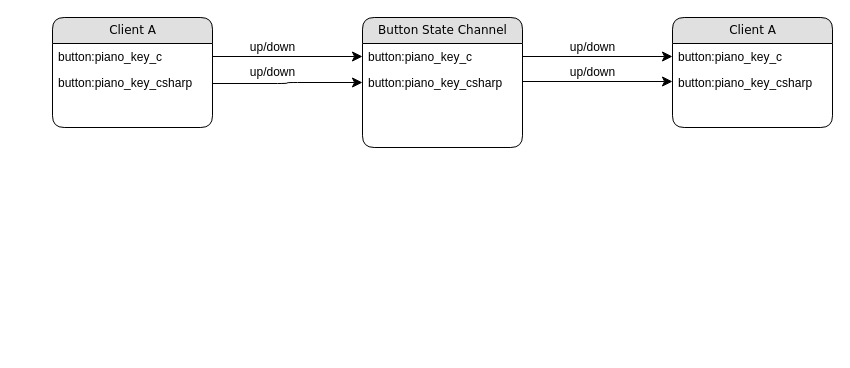
This is architecture.drawio from patreeceeo/music_jam_server, a draw.io file, before an edit. Source tidied: cells renumbered, new cells numbered last; positions are measured from the earlier drawing's top-left corner, leaving out a move shared by most shapes. Both pictures are drawn from the tidied source at 100%, with x=0, y=0 at pixel (52, 17).
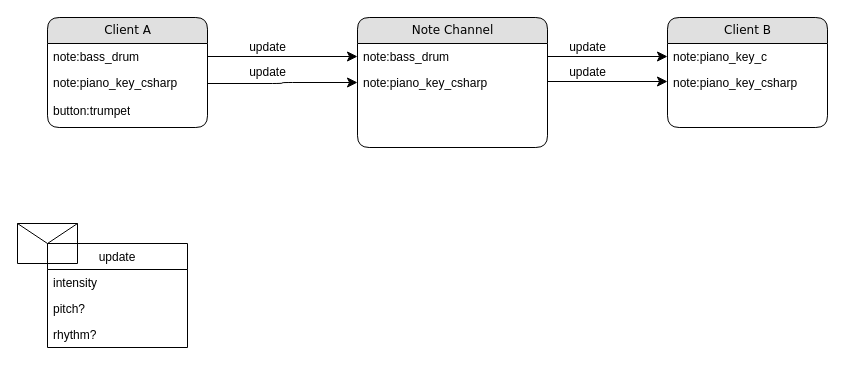
After the change.

Diff of the diagram source:
```diff
@@
     <mxCell id="2" value="&lt;div&gt;Client A&lt;/div&gt;" style="swimlane;html=1;fontStyle=0;horizontal=1;startSize=26;fillColor=#e0e0e0;swimlaneFillColor=#ffffff;align=center;rounded=1;shadow=0;comic=0;labelBackgroundColor=none;strokeWidth=1;fontFamily=Verdana;fontSize=12;" parent="1" vertex="1">
-      <mxGeometry width="160" height="110" as="geometry" />
+      <mxGeometry x="-5" width="160" height="110" as="geometry" />
     </mxCell>
-    <mxCell id="3" value="&lt;div&gt;button:piano_key_c&lt;/div&gt;&lt;div&gt;&lt;br&gt;&lt;/div&gt;" style="text;html=1;strokeColor=none;fillColor=none;spacingLeft=4;spacingRight=4;whiteSpace=wrap;overflow=hidden;points=[[0,0.5],[1,0.5]];portConstraint=eastwest;" parent="2" vertex="1">
+    <mxCell id="3" value="&lt;div&gt;note:bass_drum&lt;/div&gt;&lt;div&gt;&lt;br&gt;&lt;/div&gt;" style="text;html=1;strokeColor=none;fillColor=none;spacingLeft=4;spacingRight=4;whiteSpace=wrap;overflow=hidden;points=[[0,0.5],[1,0.5]];portConstraint=eastwest;" parent="2" vertex="1">
       <mxGeometry y="26" width="160" height="26" as="geometry" />
     </mxCell>
-    <mxCell id="4" value="&lt;div&gt;button:piano_key_csharp&lt;/div&gt;&lt;div&gt;&lt;br&gt;&lt;/div&gt;" style="text;html=1;strokeColor=none;fillColor=none;spacingLeft=4;spacingRight=4;whiteSpace=wrap;overflow=hidden;points=[[0,0.5],[1,0.5]];portConstraint=eastwest;" parent="2" vertex="1">
+    <mxCell id="4" value="&lt;div&gt;note:piano_key_csharp&lt;/div&gt;&lt;div&gt;&lt;br&gt;&lt;/div&gt;" style="text;html=1;strokeColor=none;fillColor=none;spacingLeft=4;spacingRight=4;whiteSpace=wrap;overflow=hidden;points=[[0,0.5],[1,0.5]];portConstraint=eastwest;" parent="2" vertex="1">
       <mxGeometry y="52" width="160" height="28" as="geometry" />
     </mxCell>
+    <mxCell id="19" value="&lt;div&gt;button:trumpet&lt;/div&gt;&lt;div&gt;&lt;br&gt;&lt;/div&gt;" style="text;html=1;strokeColor=none;fillColor=none;spacingLeft=4;spacingRight=4;whiteSpace=wrap;overflow=hidden;" parent="2" vertex="1">
+      <mxGeometry y="80" width="160" height="28" as="geometry" />
+    </mxCell>
-    <mxCell id="5" value="&lt;div&gt;Button State Channel&lt;/div&gt;" style="swimlane;html=1;fontStyle=0;horizontal=1;startSize=26;fillColor=#e0e0e0;swimlaneFillColor=#ffffff;align=center;rounded=1;shadow=0;comic=0;labelBackgroundColor=none;strokeWidth=1;fontFamily=Verdana;fontSize=12;" parent="1" vertex="1">
-      <mxGeometry x="310" width="160" height="130" as="geometry" />
+    <mxCell id="5" value="&lt;div&gt;Note Channel&lt;/div&gt;" style="swimlane;html=1;fontStyle=0;horizontal=1;startSize=26;fillColor=#e0e0e0;swimlaneFillColor=#ffffff;align=center;rounded=1;shadow=0;comic=0;labelBackgroundColor=none;strokeWidth=1;fontFamily=Verdana;fontSize=12;" parent="1" vertex="1">
+      <mxGeometry x="305" width="190" height="130" as="geometry" />
     </mxCell>
-    <mxCell id="6" value="&lt;div&gt;button:piano_key_c&lt;/div&gt;&lt;div&gt;&lt;br&gt;&lt;/div&gt;" style="text;html=1;strokeColor=none;fillColor=none;spacingLeft=4;spacingRight=4;whiteSpace=wrap;overflow=hidden;points=[[0,0.5],[1,0.5]];portConstraint=eastwest;" parent="5" vertex="1">
-      <mxGeometry y="26" width="160" height="26" as="geometry" />
+    <mxCell id="6" value="&lt;div&gt;note:bass_drum&lt;/div&gt;&lt;div&gt;&lt;br&gt;&lt;/div&gt;" style="text;html=1;strokeColor=none;fillColor=none;spacingLeft=4;spacingRight=4;whiteSpace=wrap;overflow=hidden;points=[[0,0.5],[1,0.5]];portConstraint=eastwest;" parent="5" vertex="1">
+      <mxGeometry y="26" width="190" height="26" as="geometry" />
     </mxCell>
-    <mxCell id="7" value="&lt;div&gt;button:piano_key_csharp&lt;/div&gt;" style="text;html=1;strokeColor=none;fillColor=none;spacingLeft=4;spacingRight=4;whiteSpace=wrap;overflow=hidden;points=[[0,0.5],[1,0.5]];portConstraint=eastwest;" parent="5" vertex="1">
-      <mxGeometry y="52" width="160" height="26" as="geometry" />
+    <mxCell id="7" value="&lt;div&gt;note:piano_key_csharp&lt;/div&gt;" style="text;html=1;strokeColor=none;fillColor=none;spacingLeft=4;spacingRight=4;whiteSpace=wrap;overflow=hidden;points=[[0,0.5],[1,0.5]];portConstraint=eastwest;" parent="5" vertex="1">
+      <mxGeometry y="52" width="190" height="26" as="geometry" />
     </mxCell>
@@
-    <mxCell id="11" value="&lt;div&gt;up/down&lt;/div&gt;" style="text;html=1;align=center;verticalAlign=middle;fillColor=none;strokeColor=none;rounded=0;" parent="1" vertex="1">
-      <mxGeometry x="190" y="20" width="60" height="20" as="geometry" />
+    <mxCell id="11" value="&lt;div&gt;update&lt;/div&gt;" style="text;html=1;align=center;verticalAlign=middle;fillColor=none;strokeColor=none;rounded=0;" parent="1" vertex="1">
+      <mxGeometry x="190" y="20" width="50" height="20" as="geometry" />
     </mxCell>
-    <mxCell id="12" value="&lt;div&gt;Client A&lt;/div&gt;" style="swimlane;html=1;fontStyle=0;horizontal=1;startSize=26;fillColor=#e0e0e0;swimlaneFillColor=#ffffff;align=center;rounded=1;shadow=0;comic=0;labelBackgroundColor=none;strokeWidth=1;fontFamily=Verdana;fontSize=12;" parent="1" vertex="1">
-      <mxGeometry x="620" width="160" height="110" as="geometry" />
+    <mxCell id="12" value="&lt;div&gt;Client B&lt;br&gt;&lt;/div&gt;" style="swimlane;html=1;fontStyle=0;horizontal=1;startSize=26;fillColor=#e0e0e0;swimlaneFillColor=#ffffff;align=center;rounded=1;shadow=0;comic=0;labelBackgroundColor=none;strokeWidth=1;fontFamily=Verdana;fontSize=12;" parent="1" vertex="1">
+      <mxGeometry x="615" width="160" height="110" as="geometry" />
     </mxCell>
-    <mxCell id="13" value="&lt;div&gt;button:piano_key_c&lt;/div&gt;&lt;div&gt;&lt;br&gt;&lt;/div&gt;" style="text;html=1;strokeColor=none;fillColor=none;spacingLeft=4;spacingRight=4;whiteSpace=wrap;overflow=hidden;points=[[0,0.5],[1,0.5]];portConstraint=eastwest;" parent="12" vertex="1">
+    <mxCell id="13" value="&lt;div&gt;note:piano_key_c&lt;/div&gt;&lt;div&gt;&lt;br&gt;&lt;/div&gt;" style="text;html=1;strokeColor=none;fillColor=none;spacingLeft=4;spacingRight=4;whiteSpace=wrap;overflow=hidden;points=[[0,0.5],[1,0.5]];portConstraint=eastwest;" parent="12" vertex="1">
       <mxGeometry y="26" width="160" height="26" as="geometry" />
     </mxCell>
-    <mxCell id="14" value="&lt;div&gt;button:piano_key_csharp&lt;/div&gt;&lt;div&gt;&lt;br&gt;&lt;/div&gt;" style="text;html=1;strokeColor=none;fillColor=none;spacingLeft=4;spacingRight=4;whiteSpace=wrap;overflow=hidden;" parent="12" vertex="1">
+    <mxCell id="14" value="&lt;div&gt;note:piano_key_csharp&lt;/div&gt;&lt;div&gt;&lt;br&gt;&lt;/div&gt;" style="text;html=1;strokeColor=none;fillColor=none;spacingLeft=4;spacingRight=4;whiteSpace=wrap;overflow=hidden;" parent="12" vertex="1">
       <mxGeometry y="52" width="160" height="28" as="geometry" />
     </mxCell>
-    <mxCell id="15" value="&lt;div&gt;up/down&lt;/div&gt;" style="text;html=1;align=center;verticalAlign=middle;fillColor=none;strokeColor=none;rounded=0;" parent="1" vertex="1">
-      <mxGeometry x="190" y="45" width="60" height="20" as="geometry" />
+    <mxCell id="15" value="update" style="text;html=1;align=center;verticalAlign=middle;fillColor=none;strokeColor=none;rounded=0;" parent="1" vertex="1">
+      <mxGeometry x="190" y="45" width="50" height="20" as="geometry" />
     </mxCell>
-    <mxCell id="16" value="&lt;div&gt;up/down&lt;/div&gt;" style="text;html=1;align=center;verticalAlign=middle;fillColor=none;strokeColor=none;rounded=0;" parent="1" vertex="1">
-      <mxGeometry x="510" y="20" width="60" height="20" as="geometry" />
+    <mxCell id="16" value="update" style="text;html=1;align=center;verticalAlign=middle;fillColor=none;strokeColor=none;rounded=0;" parent="1" vertex="1">
+      <mxGeometry x="510" y="20" width="50" height="20" as="geometry" />
     </mxCell>
-    <mxCell id="17" value="&lt;div&gt;up/down&lt;/div&gt;" style="text;html=1;align=center;verticalAlign=middle;fillColor=none;strokeColor=none;rounded=0;" parent="1" vertex="1">
-      <mxGeometry x="510" y="45" width="60" height="20" as="geometry" />
+    <mxCell id="17" value="update" style="text;html=1;align=center;verticalAlign=middle;fillColor=none;strokeColor=none;rounded=0;" parent="1" vertex="1">
+      <mxGeometry x="510" y="45" width="50" height="20" as="geometry" />
     </mxCell>
-    <mxCell id="18" style="edgeStyle=orthogonalEdgeStyle;html=1;exitX=1;exitY=0.5;labelBackgroundColor=none;startFill=0;startSize=8;endFill=1;endSize=8;fontFamily=Verdana;fontSize=12;" parent="1" edge="1">
+    <mxCell id="18" style="edgeStyle=orthogonalEdgeStyle;html=1;labelBackgroundColor=none;startFill=0;startSize=8;endFill=1;endSize=8;fontFamily=Verdana;fontSize=12;" parent="1" edge="1">
       <mxGeometry relative="1" as="geometry">
-        <mxPoint x="470" y="64" as="sourcePoint" />
-        <mxPoint x="620" y="64" as="targetPoint" />
+        <mxPoint x="495" y="64" as="sourcePoint" />
+        <mxPoint x="615" y="64" as="targetPoint" />
       </mxGeometry>
     </mxCell>
+    <mxCell id="20" style="shape=message;html=1;whiteSpace=wrap;html=1;" parent="1" vertex="1">
+      <mxGeometry x="-35" y="206" width="60" height="40" as="geometry" />
+    </mxCell>
+    <mxCell id="21" value="update" style="swimlane;fontStyle=0;horizontal=1;startSize=26;fillColor=none;" parent="1" vertex="1">
+      <mxGeometry x="-5" y="226" width="140" height="104" as="geometry" />
+    </mxCell>
+    <mxCell id="22" value="intensity&#10;" style="text;strokeColor=none;fillColor=none;align=left;verticalAlign=top;spacingLeft=4;spacingRight=4;overflow=hidden;" parent="21" vertex="1">
+      <mxGeometry y="26" width="140" height="26" as="geometry" />
+    </mxCell>
+    <mxCell id="23" value="pitch?" style="text;strokeColor=none;fillColor=none;align=left;verticalAlign=top;spacingLeft=4;spacingRight=4;overflow=hidden;" parent="21" vertex="1">
+      <mxGeometry y="52" width="140" height="26" as="geometry" />
+    </mxCell>
+    <mxCell id="24" value="rhythm?" style="text;strokeColor=none;fillColor=none;align=left;verticalAlign=top;spacingLeft=4;spacingRight=4;overflow=hidden;" parent="21" vertex="1">
+      <mxGeometry y="78" width="140" height="26" as="geometry" />
+    </mxCell>
```
